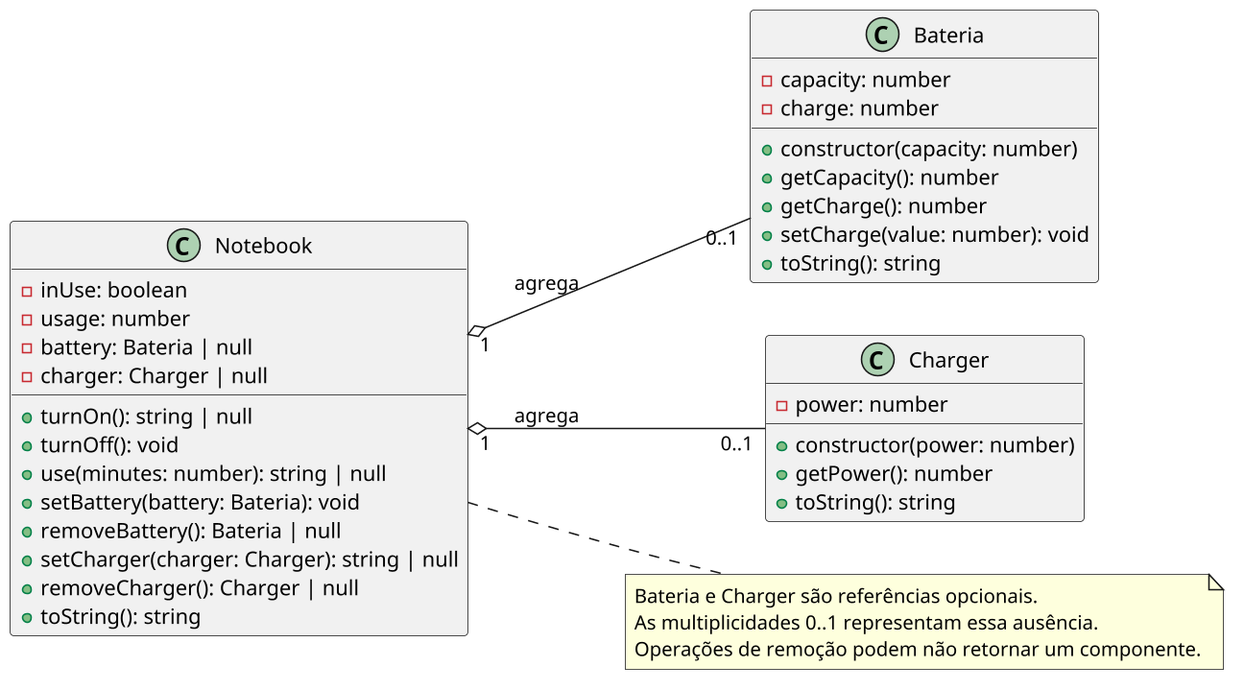
Earlier version of the PlantUML export labs/charger/assets/diagrama.png (qxcodepoo/arcade).
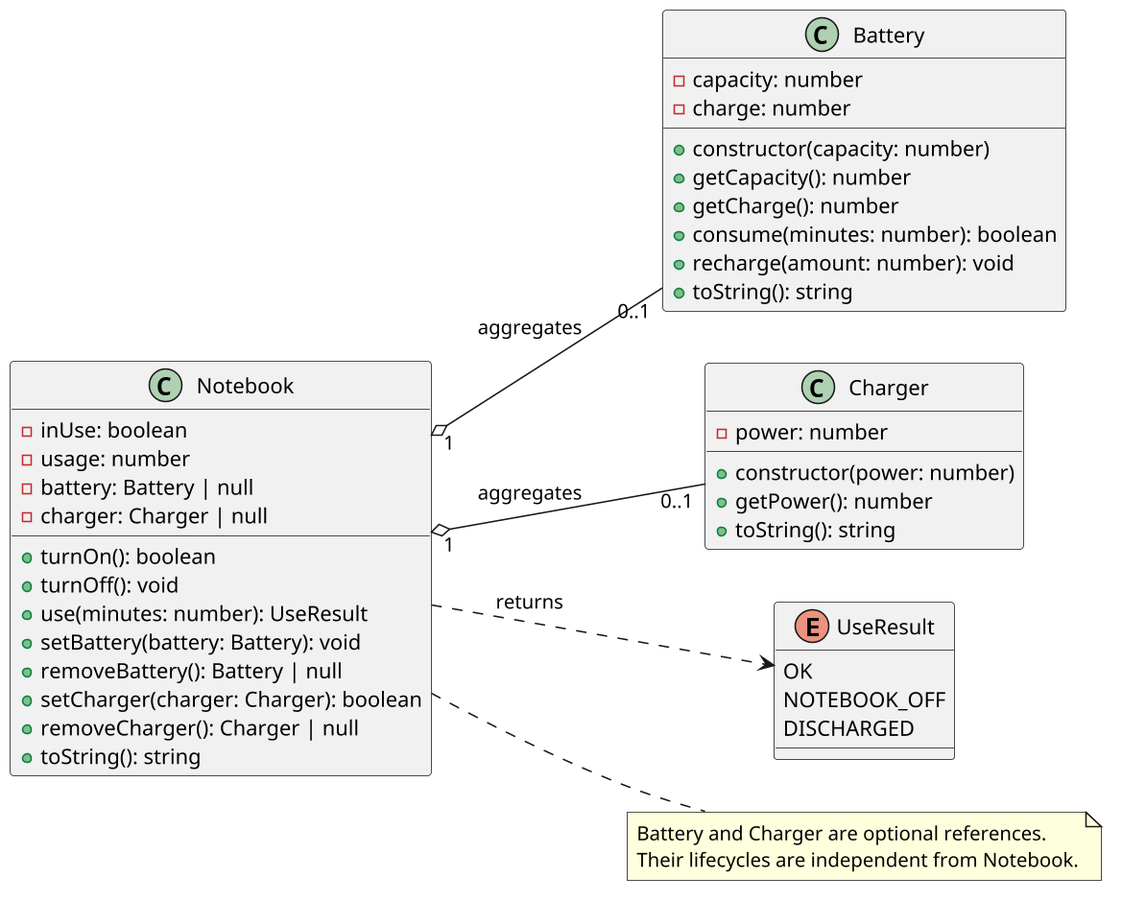
After the change.

What changed in the source:
```diff
@@ -7,27 +7,28 @@
 class Notebook {
   - inUse: boolean
   - usage: number
-  - battery: Bateria | null
+  - battery: Battery | null
   - charger: Charger | null
   __
-  + turnOn(): string | null
+  + turnOn(): boolean
   + turnOff(): void
-  + use(minutes: number): string | null
-  + setBattery(battery: Bateria): void
-  + removeBattery(): Bateria | null
-  + setCharger(charger: Charger): string | null
+  + use(minutes: number): UseResult
+  + setBattery(battery: Battery): void
+  + removeBattery(): Battery | null
+  + setCharger(charger: Charger): boolean
   + removeCharger(): Charger | null
   + toString(): string
 }
 
-class Bateria {
+class Battery {
   - capacity: number
   - charge: number
   __
   + constructor(capacity: number)
   + getCapacity(): number
   + getCharge(): number
-  + setCharge(value: number): void
+  + consume(minutes: number): boolean
+  + recharge(amount: number): void
   + toString(): string
 }
 
@@ -39,13 +40,19 @@
   + toString(): string
 }
 
-Notebook "1" o-- "0..1" Bateria : agrega
-Notebook "1" o-- "0..1" Charger : agrega
+enum UseResult {
+  OK
+  NOTEBOOK_OFF
+  DISCHARGED
+}
+
+Notebook "1" o-- "0..1" Battery : aggregates
+Notebook "1" o-- "0..1" Charger : aggregates
+Notebook ..> UseResult : returns
 
 note right of Notebook
-  Bateria e Charger são referências opcionais.
-  As multiplicidades 0..1 representam essa ausência.
-  Operações de remoção podem não retornar um componente.
+  Battery and Charger are optional references.
+  Their lifecycles are independent from Notebook.
 end note
 
 @enduml
```
